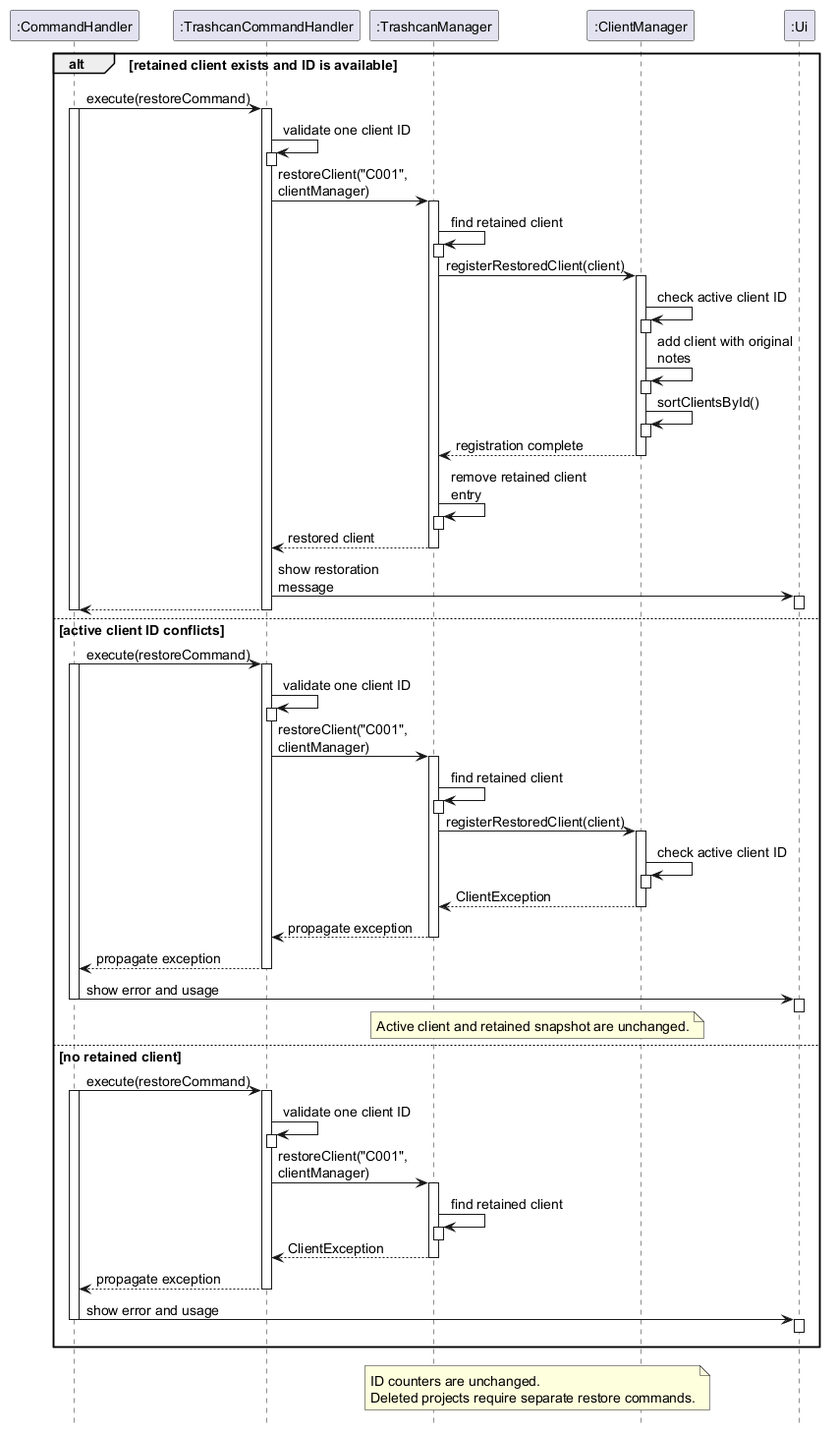
The PlantUML diagram docs/images/ClientRestoreSequenceDiagram.png in AY2627S1-CS2113-T10-3/tp, before a commit.
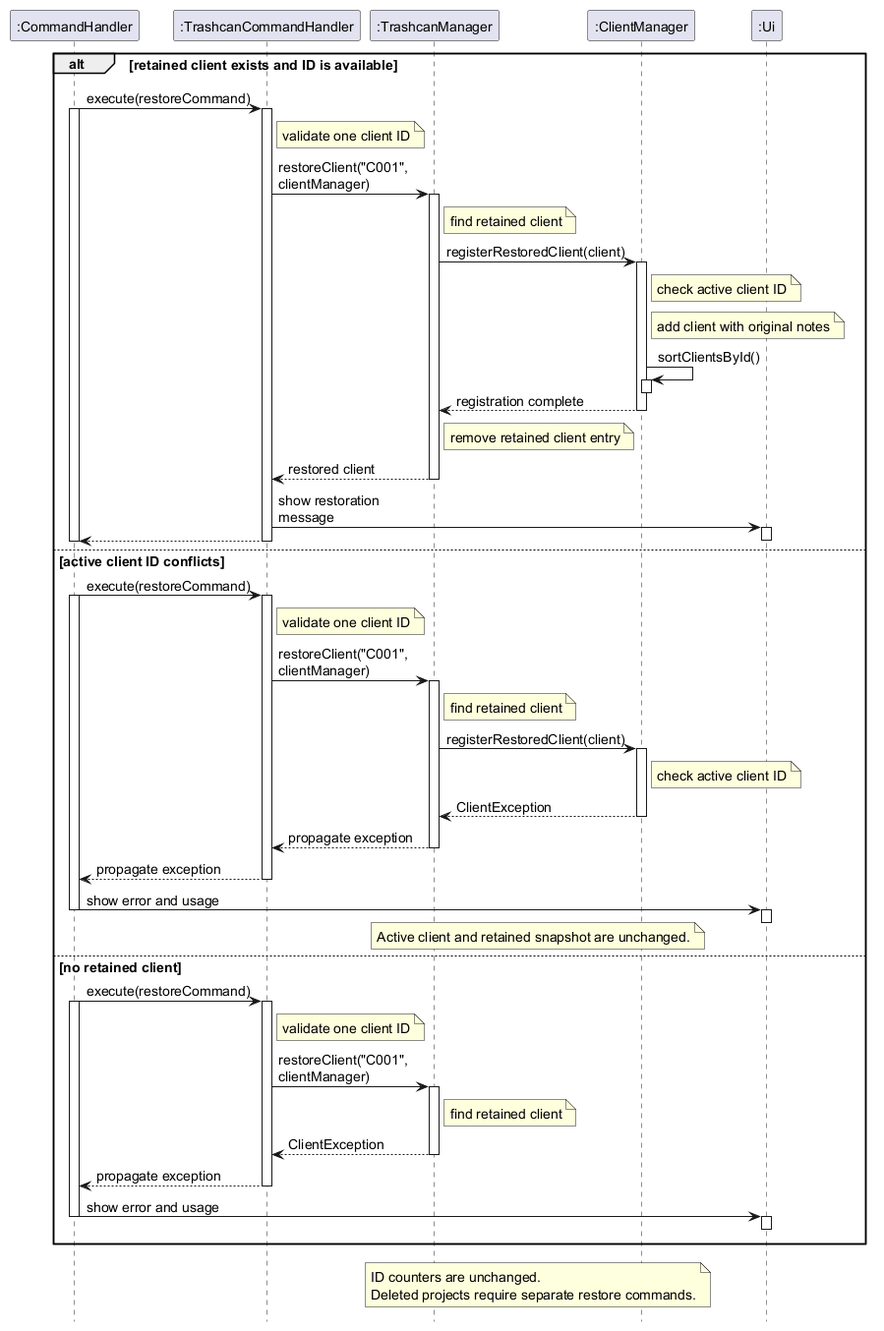
The same file after the commit.

What changed in the source:
```diff
@@ -13,30 +13,30 @@
   CH -> TCH : execute(restoreCommand)
   activate CH
   activate TCH
-  TCH -> TCH : validate one client ID
-  activate TCH
-  deactivate TCH
+  note right of TCH
+    validate one client ID
+  end note
   TCH -> TM : restoreClient("C001", clientManager)
   activate TM
-  TM -> TM : find retained client
-  activate TM
-  deactivate TM
+  note right of TM
+    find retained client
+  end note
   TM -> CM : registerRestoredClient(client)
   activate CM
-  CM -> CM : check active client ID
-  activate CM
-  deactivate CM
-  CM -> CM : add client with original notes
-  activate CM
-  deactivate CM
+  note right of CM
+    check active client ID
+  end note
+  note right of CM
+    add client with original notes
+  end note
   CM -> CM : sortClientsById()
   activate CM
   deactivate CM
   CM --> TM : registration complete
   deactivate CM
-  TM -> TM : remove retained client entry
-  activate TM
-  deactivate TM
+  note right of TM
+    remove retained client entry
+  end note
   TM --> TCH : restored client
   deactivate TM
   TCH -> UI : show restoration message
@@ -50,19 +50,19 @@
   CH -> TCH : execute(restoreCommand)
   activate CH
   activate TCH
-  TCH -> TCH : validate one client ID
-  activate TCH
-  deactivate TCH
+  note right of TCH
+    validate one client ID
+  end note
   TCH -> TM : restoreClient("C001", clientManager)
   activate TM
-  TM -> TM : find retained client
-  activate TM
-  deactivate TM
+  note right of TM
+    find retained client
+  end note
   TM -> CM : registerRestoredClient(client)
   activate CM
-  CM -> CM : check active client ID
-  activate CM
-  deactivate CM
+  note right of CM
+    check active client ID
+  end note
   CM --> TM : ClientException
   deactivate CM
   TM --> TCH : propagate exception
@@ -81,14 +81,14 @@
   CH -> TCH : execute(restoreCommand)
   activate CH
   activate TCH
-  TCH -> TCH : validate one client ID
-  activate TCH
-  deactivate TCH
+  note right of TCH
+    validate one client ID
+  end note
   TCH -> TM : restoreClient("C001", clientManager)
   activate TM
-  TM -> TM : find retained client
-  activate TM
-  deactivate TM
+  note right of TM
+    find retained client
+  end note
   TM --> TCH : ClientException
   deactivate TM
   TCH --> CH : propagate exception
```
